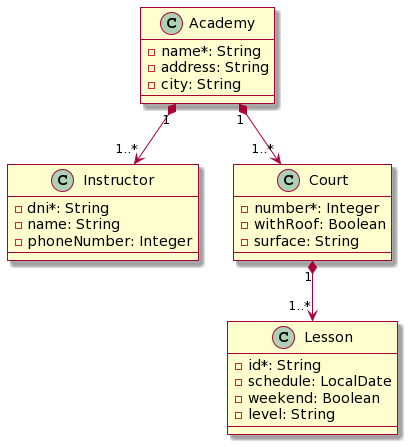
This is docs/padel_academy.models.png from wzzzzwwzw/apaw-practice, a PlantUML export, as it was before one commit.
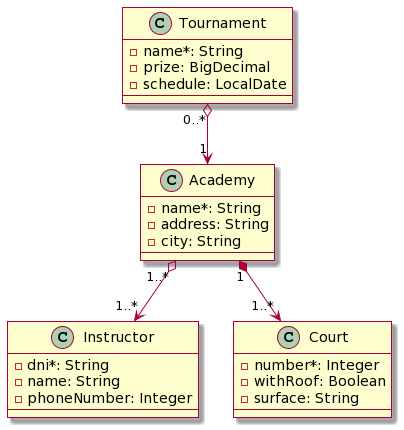
After the change.

Commit message:
Diagram and model changes #476

Diff of the diagram source:
```diff
@@ -1,9 +1,14 @@
 @startuml
 skin rose
-Academy "1" *--> "1..*" Instructor
+Academy "1..*" o--> "1..*" Instructor
 Academy "1" *--> "1..*" Court
-Court "1" *--> "1..*" Lesson
+Tournament "0..*" o--> "1" Academy
 
+Class Tournament {
+   - name*: String
+   - prize: BigDecimal
+   - schedule: LocalDate
+}
 Class Academy {
   - name*: String
   - address: String
@@ -19,10 +24,4 @@
   - withRoof: Boolean
   - surface: String
 }
-Class Lesson {
-  - id*: String
-  - schedule: LocalDate
-  - weekend: Boolean
-  - level: String
-}
 @enduml
```
